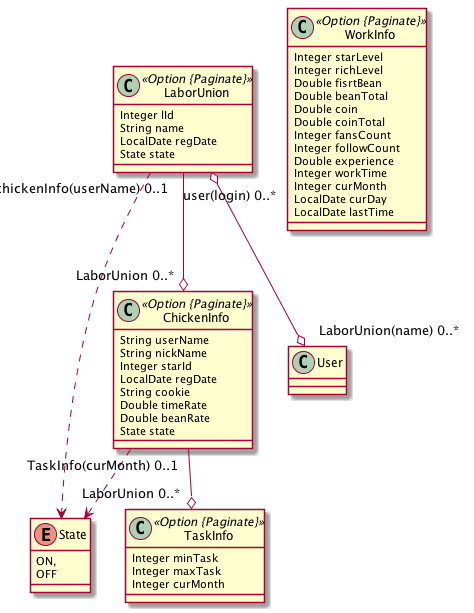
The PlantUML diagram src/model/Model.png in coldvmoon/luckystar, before a commit.
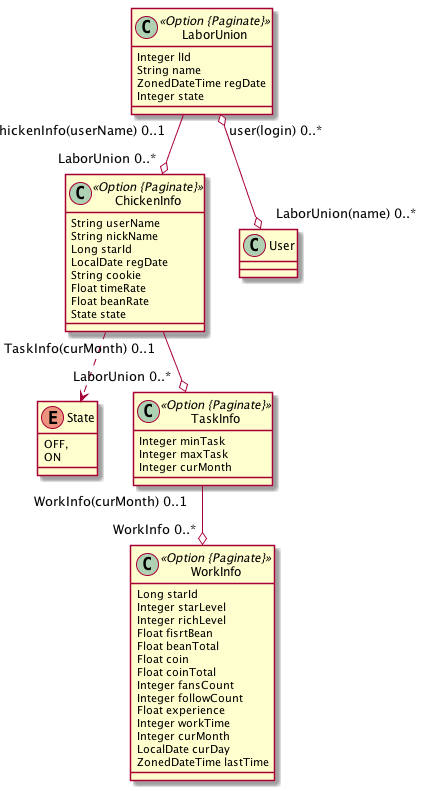
The same diagram one commit later.

Change to the diagram source:
```diff
@@ -2,22 +2,17 @@
 	class LaborUnion <<Option {Paginate}>> {
 		Integer lId
 		String name
-		LocalDate regDate
-		State state
-	}
-	LaborUnion ..> State
-	enum State {
-		ON,
-		OFF
+		ZonedDateTime regDate
+		Integer state
 	}
 	class ChickenInfo <<Option {Paginate}>> {
 		String userName
 		String nickName
-		Integer starId
+		Long starId
 		LocalDate regDate
 		String cookie
-		Double timeRate
-		Double beanRate
+		Float timeRate
+		Float beanRate
 		State state
 	}
 	ChickenInfo ..> State
@@ -27,22 +22,28 @@
 		Integer curMonth
 	}
 	class WorkInfo <<Option {Paginate}>> {
+		Long starId
 		Integer starLevel
 		Integer richLevel
-		Double fisrtBean
-		Double beanTotal
-		Double coin
-		Double coinTotal
+		Float fisrtBean
+		Float beanTotal
+		Float coin
+		Float coinTotal
 		Integer fansCount
 		Integer followCount
-		Double experience
+		Float experience
 		Integer workTime
 		Integer curMonth
 		LocalDate curDay
-		LocalDate lastTime
+		ZonedDateTime lastTime
 	}
 	LaborUnion  "chickenInfo(userName) 0..1 " --o "LaborUnion 0..* "  ChickenInfo
 	ChickenInfo  "TaskInfo(curMonth) 0..1 " --o "LaborUnion 0..* "  TaskInfo
+	TaskInfo  "WorkInfo(curMonth) 0..1 " --o "WorkInfo 0..* "  WorkInfo
+	enum State {
+		OFF,
+		ON
+	}
 	LaborUnion  "user(login) 0..* " o--o "LaborUnion(name) 0..* "  User
 	class User  {
 	}
```
